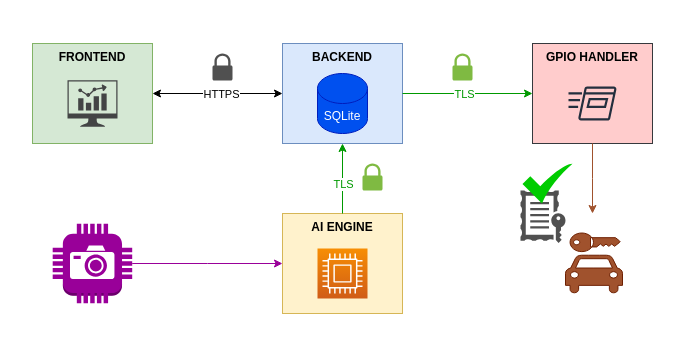
Before: docs/schema.drawio in CuAuPro/alpr-system, a draw.io diagram. Source tidied: cells renumbered, new cells numbered last; positions are measured from the earlier drawing's top-left corner, leaving out a move shared by most shapes. Both pictures are drawn from the tidied source at 100%, with x=0, y=0 at pixel (32, 43).
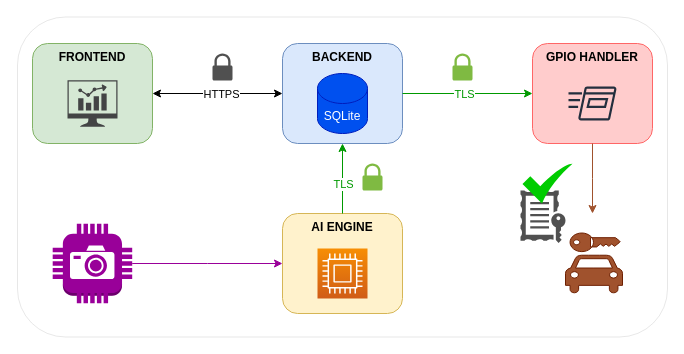
After the change.

The change refers to these unchanged cells:
```xml
<mxCell id="4" style="group;" parent="1" vertex="1">
  <mxGeometry width="120" height="100" as="geometry" />
</mxCell>
<mxCell id="7" style="group;" parent="1" vertex="1">
  <mxGeometry x="250" width="120" height="100" as="geometry" />
</mxCell>
<mxCell id="13" style="group;" parent="1" vertex="1">
  <mxGeometry x="250" y="170" width="120" height="100" as="geometry" />
</mxCell>
```

What changed in the source:
```diff
@@
-    <mxCell id="3" value="&lt;b&gt;GPIO HANDLER&lt;/b&gt;" style="rounded=0;whiteSpace=wrap;html=1;verticalAlign=top;fillColor=#ffcccc;strokeColor=#36393d;" parent="1" vertex="1">
+    <mxCell id="3" value="&lt;b&gt;GPIO HANDLER&lt;/b&gt;" style="rounded=1;whiteSpace=wrap;html=1;verticalAlign=top;fillColor=#ffcccc;strokeColor=#FF6666;" parent="1" vertex="1">
       <mxGeometry x="500" width="120" height="100" as="geometry" />
     </mxCell>
@@
-    <mxCell id="5" value="&lt;b&gt;FRONTEND&lt;/b&gt;" style="rounded=0;whiteSpace=wrap;html=1;verticalAlign=top;fillColor=#d5e8d4;strokeColor=#82b366;" parent="4" vertex="1">
+    <mxCell id="5" value="&lt;b&gt;FRONTEND&lt;/b&gt;" style="rounded=1;whiteSpace=wrap;html=1;verticalAlign=top;fillColor=#d5e8d4;strokeColor=#82b366;" parent="4" vertex="1">
       <mxGeometry width="120" height="100" as="geometry" />
     </mxCell>
@@
-    <mxCell id="8" value="&lt;b&gt;BACKEND&lt;/b&gt;" style="rounded=0;whiteSpace=wrap;html=1;verticalAlign=top;fillColor=#dae8fc;strokeColor=#6c8ebf;" parent="7" vertex="1">
+    <mxCell id="8" value="&lt;b&gt;BACKEND&lt;/b&gt;" style="rounded=1;whiteSpace=wrap;html=1;verticalAlign=top;fillColor=#dae8fc;strokeColor=#6c8ebf;" parent="7" vertex="1">
       <mxGeometry width="120" height="100" as="geometry" />
     </mxCell>
@@
-    <mxCell id="14" value="&lt;b&gt;AI ENGINE&lt;/b&gt;" style="rounded=0;whiteSpace=wrap;html=1;verticalAlign=top;fillColor=#fff2cc;strokeColor=#d6b656;" parent="13" vertex="1">
+    <mxCell id="14" value="&lt;b&gt;AI ENGINE&lt;/b&gt;" style="rounded=1;whiteSpace=wrap;html=1;verticalAlign=top;fillColor=#fff2cc;strokeColor=#d6b656;" parent="13" vertex="1">
       <mxGeometry width="120" height="100" as="geometry" />
     </mxCell>
@@
+    <mxCell id="28" style="rounded=1;whiteSpace=wrap;html=1;fillColor=none;strokeWidth=0;" parent="1" vertex="1">
+      <mxGeometry x="-15" y="-26.5" width="650" height="320" as="geometry" />
+    </mxCell>
```
